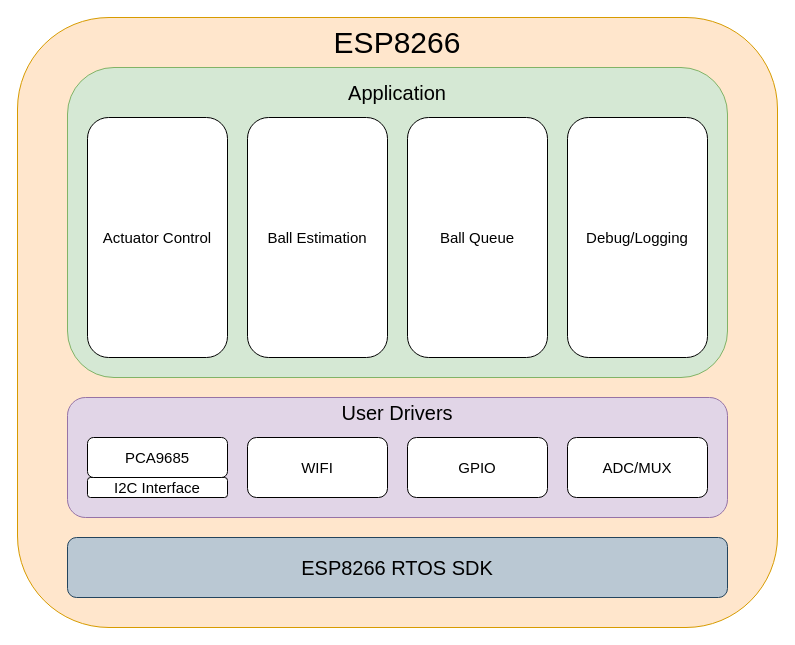
Above: firmware/diagrams/firmwareStack.drawio in ethanabraham639/Capstone-2025 (draw.io), before the change. Source tidied: cells renumbered, new cells numbered last; positions are measured from the earlier drawing's top-left corner, leaving out a move shared by most shapes. Both pictures are drawn from the tidied source at 100%, with x=0, y=0 at pixel (17, 17).
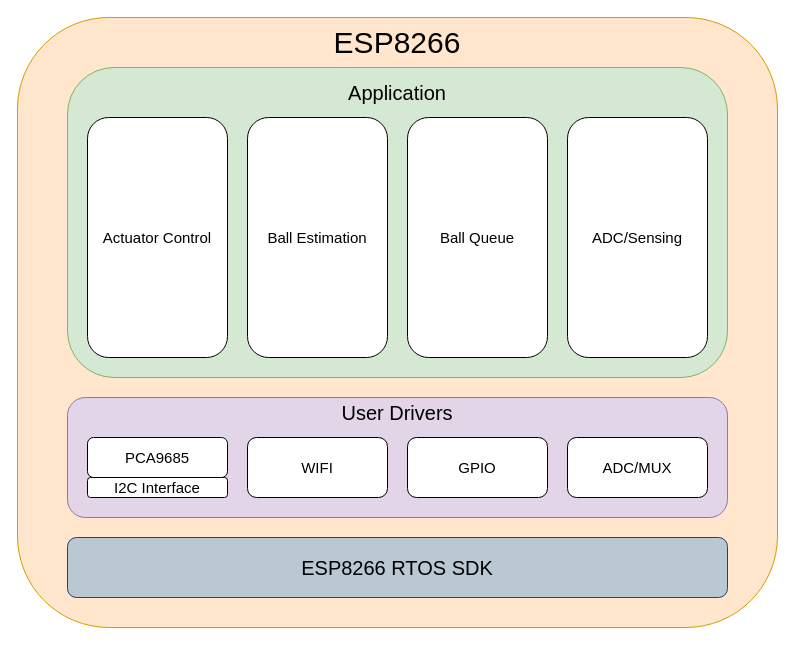
The same page after the edit.

The edit, as a diff of the source:
```diff
@@
 <mxGraphModel>
   <root>
     <mxCell id="0" />
     <mxCell id="1" parent="0" />
     <mxCell id="2" style="rounded=1;whiteSpace=wrap;html=1;fillColor=#ffe6cc;strokeColor=#d79b00;" parent="1" vertex="1">
       <mxGeometry width="760" height="610" as="geometry" />
     </mxCell>
     <mxCell id="3" style="rounded=1;whiteSpace=wrap;html=1;fillColor=#bac8d3;strokeColor=#23445d;" parent="1" vertex="1">
       <mxGeometry x="50" y="520" width="660" height="60" as="geometry" />
     </mxCell>
     <mxCell id="4" style="rounded=1;whiteSpace=wrap;html=1;fillColor=#e1d5e7;strokeColor=#9673a6;" parent="1" vertex="1">
       <mxGeometry x="50" y="380" width="660" height="120" as="geometry" />
     </mxCell>
     <mxCell id="5" style="rounded=1;whiteSpace=wrap;html=1;fillColor=#d5e8d4;strokeColor=#82b366;" parent="1" vertex="1">
       <mxGeometry x="50" y="50" width="660" height="310" as="geometry" />
     </mxCell>
     <mxCell id="6" value="ESP8266" style="text;html=1;align=center;verticalAlign=middle;whiteSpace=wrap;rounded=0;fontSize=30;" parent="1" vertex="1">
       <mxGeometry x="300" y="10" width="160" height="30" as="geometry" />
     </mxCell>
     <mxCell id="7" value="Application" style="text;html=1;align=center;verticalAlign=middle;whiteSpace=wrap;rounded=0;fontSize=20;" parent="1" vertex="1">
       <mxGeometry x="320" y="60" width="120" height="30" as="geometry" />
     </mxCell>
     <mxCell id="8" value="User Drivers" style="text;html=1;align=center;verticalAlign=middle;whiteSpace=wrap;rounded=0;fontSize=20;" parent="1" vertex="1">
       <mxGeometry x="320" y="380" width="120" height="30" as="geometry" />
     </mxCell>
     <mxCell id="9" value="ESP8266 RTOS SDK" style="text;html=1;align=center;verticalAlign=middle;whiteSpace=wrap;rounded=0;fontSize=20;" parent="1" vertex="1">
       <mxGeometry x="270" y="535" width="220" height="30" as="geometry" />
     </mxCell>
     <mxCell id="10" value="&lt;font style=&quot;font-size: 15px;&quot;&gt;WIFI&lt;/font&gt;" style="rounded=1;whiteSpace=wrap;html=1;" parent="1" vertex="1">
       <mxGeometry x="230" y="420" width="140" height="60" as="geometry" />
     </mxCell>
     <mxCell id="11" value="&lt;font style=&quot;font-size: 15px;&quot;&gt;GPIO&lt;/font&gt;" style="rounded=1;whiteSpace=wrap;html=1;" parent="1" vertex="1">
       <mxGeometry x="390" y="420" width="140" height="60" as="geometry" />
     </mxCell>
     <mxCell id="12" value="&lt;font style=&quot;font-size: 15px;&quot;&gt;ADC/MUX&lt;/font&gt;" style="rounded=1;whiteSpace=wrap;html=1;" parent="1" vertex="1">
       <mxGeometry x="550" y="420" width="140" height="60" as="geometry" />
     </mxCell>
     <mxCell id="13" style="group;" parent="1" vertex="1">
       <mxGeometry x="70" y="420" width="140" height="60" as="geometry" />
     </mxCell>
     <mxCell id="14" value="&lt;font style=&quot;font-size: 15px;&quot;&gt;I2C Interface&lt;/font&gt;" style="rounded=1;whiteSpace=wrap;html=1;" parent="13" vertex="1">
       <mxGeometry y="40" width="140" height="20" as="geometry" />
     </mxCell>
     <mxCell id="15" value="&lt;font style=&quot;font-size: 15px;&quot;&gt;PCA9685&lt;/font&gt;" style="rounded=1;whiteSpace=wrap;html=1;" parent="13" vertex="1">
       <mxGeometry width="140" height="40" as="geometry" />
     </mxCell>
     <mxCell id="16" value="&lt;font style=&quot;font-size: 15px;&quot;&gt;Actuator Control&lt;/font&gt;" style="rounded=1;whiteSpace=wrap;html=1;fontSize=15;" parent="1" vertex="1">
       <mxGeometry x="70" y="100" width="140" height="240" as="geometry" />
     </mxCell>
     <mxCell id="17" value="&lt;font style=&quot;font-size: 15px;&quot;&gt;Ball Estimation&lt;/font&gt;" style="rounded=1;whiteSpace=wrap;html=1;fontSize=15;" parent="1" vertex="1">
       <mxGeometry x="230" y="100" width="140" height="240" as="geometry" />
     </mxCell>
     <mxCell id="18" value="&lt;font style=&quot;font-size: 15px;&quot;&gt;Ball Queue&lt;/font&gt;" style="rounded=1;whiteSpace=wrap;html=1;" parent="1" vertex="1">
       <mxGeometry x="390" y="100" width="140" height="240" as="geometry" />
     </mxCell>
-    <mxCell id="19" value="&lt;font style=&quot;font-size: 15px;&quot;&gt;Debug/Logging&lt;/font&gt;" style="rounded=1;whiteSpace=wrap;html=1;" parent="1" vertex="1">
+    <mxCell id="19" value="&lt;font style=&quot;font-size: 15px;&quot;&gt;ADC/Sensing&lt;/font&gt;" style="rounded=1;whiteSpace=wrap;html=1;" parent="1" vertex="1">
       <mxGeometry x="550" y="100" width="140" height="240" as="geometry" />
     </mxCell>
   </root>
 </mxGraphModel>
```
